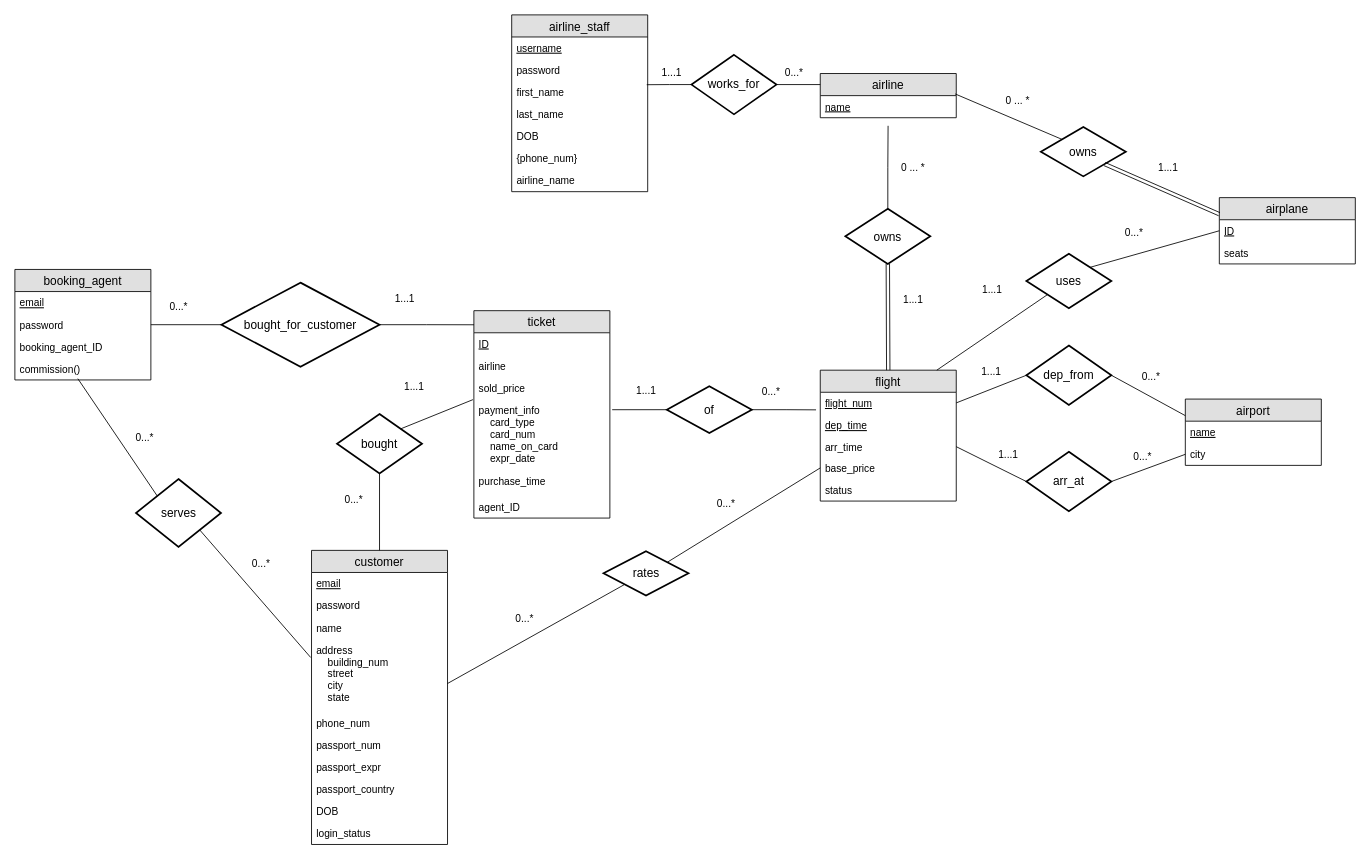
This is ER Diagram.drawio from RomolaZhang/Databases, a draw.io file, before an edit. Source tidied: cells renumbered, new cells numbered last; positions are measured from the earlier drawing's top-left corner, leaving out a move shared by most shapes. Both pictures are drawn from the tidied source at 85%, with x=0, y=0 at pixel (14, 14).
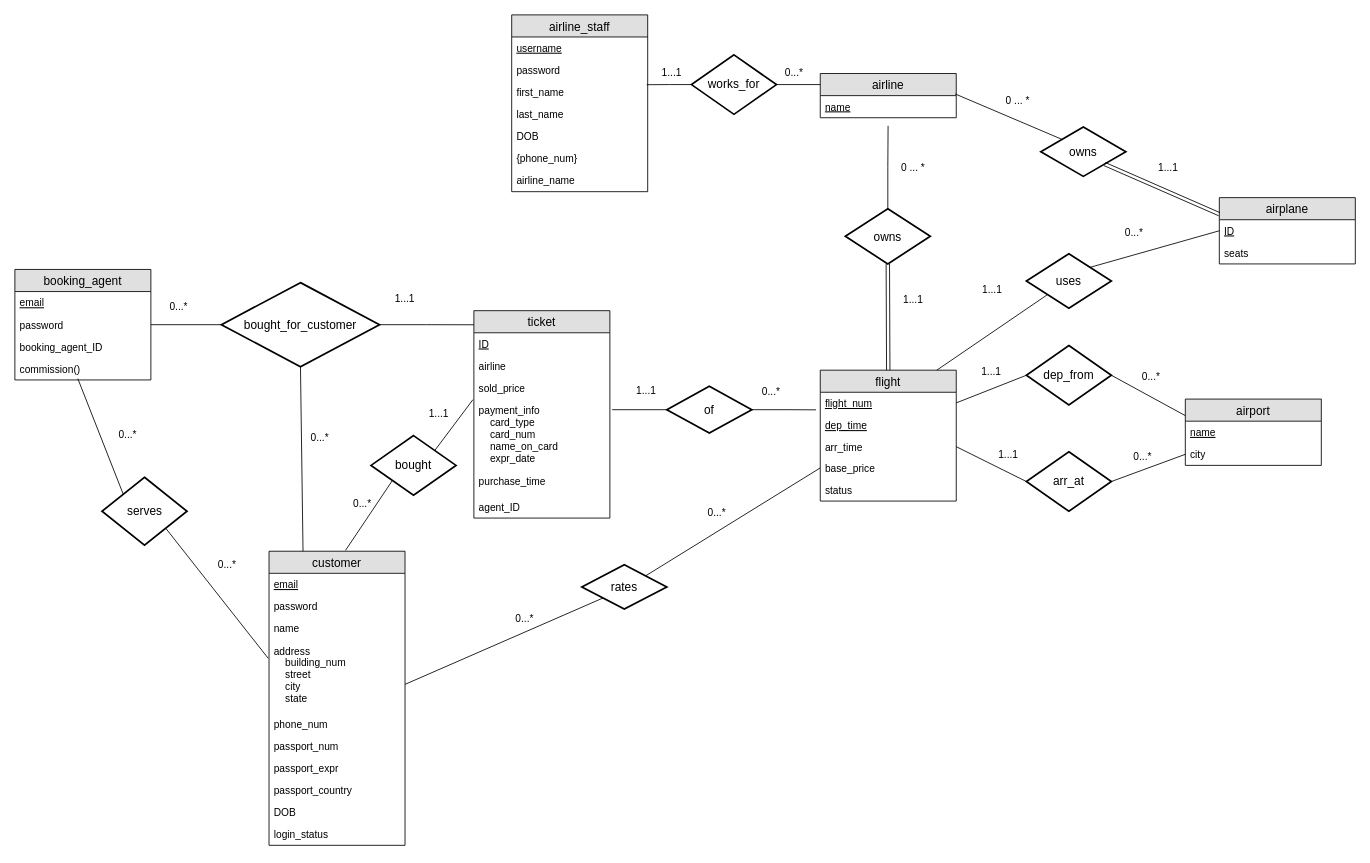
The same page after the edit.

The change refers to these unchanged cells:
```xml
<mxCell id="75" value="bought_for_customer" style="shape=rhombus;strokeWidth=2;fontSize=17;perimeter=rhombusPerimeter;whiteSpace=wrap;html=1;align=center;fontSize=14;" parent="1" vertex="1">
  <mxGeometry x="243" y="315" width="186" height="99" as="geometry" />
</mxCell>
```

What changed in the source:
```diff
@@
     <mxCell id="41" value="customer" style="swimlane;fontStyle=0;horizontal=1;startSize=26;fillColor=#e0e0e0;swimlaneFillColor=#ffffff;align=center;fontSize=14;" parent="1" vertex="1">
-      <mxGeometry x="349" y="630" width="160" height="346" as="geometry" />
+      <mxGeometry x="299" y="631" width="160" height="346" as="geometry" />
     </mxCell>
@@
     <mxCell id="70" value="bought" style="shape=rhombus;strokeWidth=2;fontSize=17;perimeter=rhombusPerimeter;whiteSpace=wrap;html=1;align=center;fontSize=14;" parent="1" vertex="1">
-      <mxGeometry x="379" y="469.5" width="100" height="70" as="geometry" />
+      <mxGeometry x="419" y="495" width="100" height="70" as="geometry" />
     </mxCell>
@@
     <mxCell id="76" value="0...*" style="text;html=1;strokeColor=none;fillColor=none;align=center;verticalAlign=middle;whiteSpace=wrap;rounded=0;" parent="1" vertex="1">
-      <mxGeometry x="379" y="561" width="40" height="20" as="geometry" />
+      <mxGeometry x="389" y="566" width="40" height="20" as="geometry" />
     </mxCell>
     <mxCell id="77" value="1...1" style="text;html=1;strokeColor=none;fillColor=none;align=center;verticalAlign=middle;whiteSpace=wrap;rounded=0;" parent="1" vertex="1">
-      <mxGeometry x="450" y="428" width="40" height="20" as="geometry" />
+      <mxGeometry x="479" y="460" width="40" height="20" as="geometry" />
     </mxCell>
@@
     <mxCell id="85" value="rates" style="shape=rhombus;strokeWidth=2;fontSize=17;perimeter=rhombusPerimeter;whiteSpace=wrap;html=1;align=center;fontSize=14;" parent="1" vertex="1">
-      <mxGeometry x="692.5" y="631" width="100" height="52" as="geometry" />
+      <mxGeometry x="667" y="647" width="100" height="52" as="geometry" />
     </mxCell>
@@
-    <mxCell id="89" style="endArrow=none;html=1;entryX=0.5;entryY=1;entryDx=0;entryDy=0;exitX=0.5;exitY=0;exitDx=0;exitDy=0;" parent="1" edge="1" source="41" target="70">
-      <mxGeometry relative="1" as="geometry" />
-    </mxCell>
     <mxCell id="90" value="0...*" style="text;html=1;strokeColor=none;fillColor=none;align=center;verticalAlign=middle;whiteSpace=wrap;rounded=0;" parent="1" vertex="1">
-      <mxGeometry x="817" y="566" width="40" height="20" as="geometry" />
+      <mxGeometry x="806" y="576" width="40" height="20" as="geometry" />
     </mxCell>
@@
     <mxCell id="92" value="serves" style="shape=rhombus;strokeWidth=2;fontSize=17;perimeter=rhombusPerimeter;whiteSpace=wrap;html=1;align=center;fontSize=14;" parent="1" vertex="1">
-      <mxGeometry x="142.5" y="546" width="100" height="80" as="geometry" />
+      <mxGeometry x="102.5" y="544" width="100" height="80" as="geometry" />
     </mxCell>
@@
     <mxCell id="95" value="0...*" style="text;html=1;strokeColor=none;fillColor=none;align=center;verticalAlign=middle;whiteSpace=wrap;rounded=0;" parent="1" vertex="1">
-      <mxGeometry x="132.5" y="488" width="40" height="20" as="geometry" />
+      <mxGeometry x="112.5" y="484" width="40" height="20" as="geometry" />
     </mxCell>
     <mxCell id="96" value="0...*" style="text;html=1;strokeColor=none;fillColor=none;align=center;verticalAlign=middle;whiteSpace=wrap;rounded=0;" parent="1" vertex="1">
-      <mxGeometry x="270" y="636" width="40" height="20" as="geometry" />
+      <mxGeometry x="230" y="637" width="40" height="20" as="geometry" />
     </mxCell>
@@
+    <mxCell id="102" style="endArrow=none;html=1;entryX=0.5;entryY=1;entryDx=0;entryDy=0;exitX=0.25;exitY=0;exitDx=0;exitDy=0;" parent="1" edge="1" source="41" target="75">
+      <mxGeometry relative="1" as="geometry" />
+    </mxCell>
+    <mxCell id="103" value="0...*" style="text;html=1;strokeColor=none;fillColor=none;align=center;verticalAlign=middle;whiteSpace=wrap;rounded=0;" parent="1" vertex="1">
+      <mxGeometry x="339" y="488" width="40" height="20" as="geometry" />
+    </mxCell>
+    <mxCell id="104" style="endArrow=none;html=1;" parent="1" edge="1">
+      <mxGeometry relative="1" as="geometry">
+        <mxPoint x="389" y="630" as="sourcePoint" />
+        <mxPoint x="444" y="548" as="targetPoint" />
+      </mxGeometry>
+    </mxCell>
```
